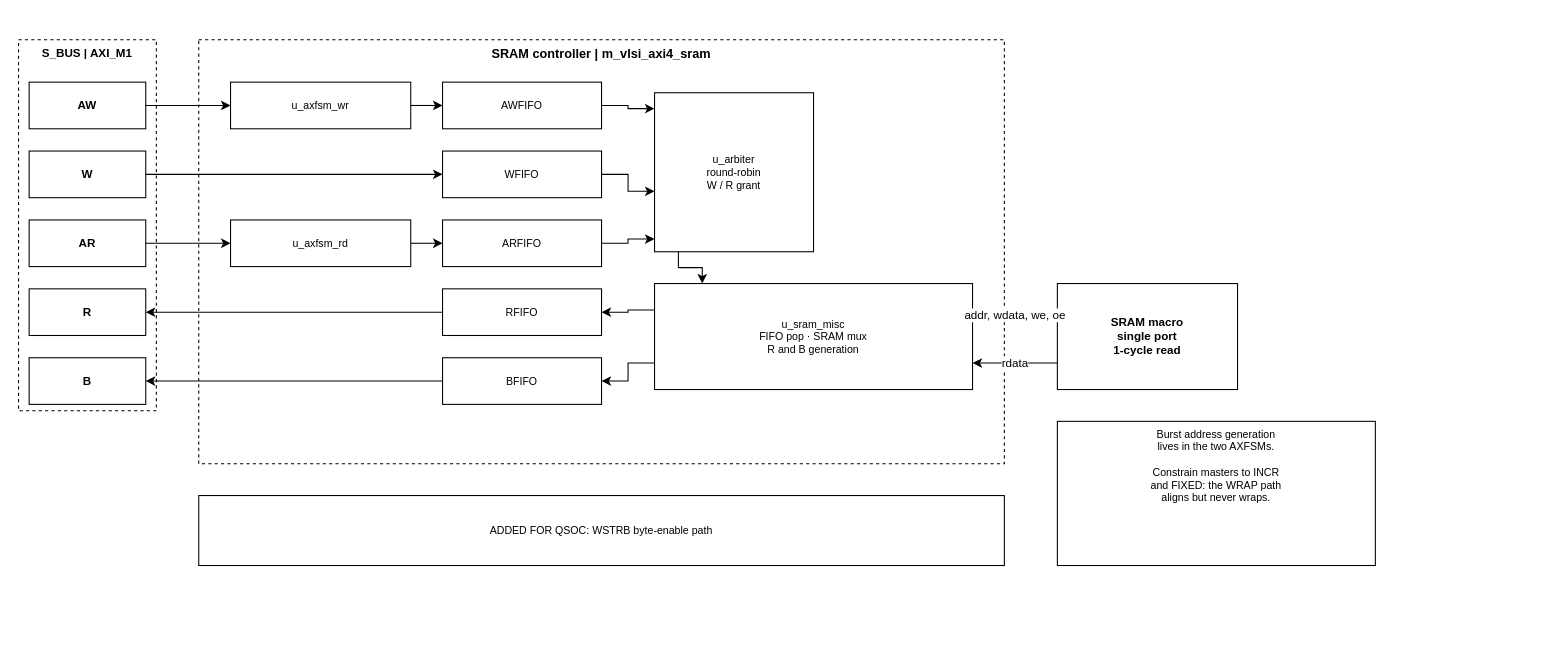
The draw.io diagram doc/drawio/QNSC_RAM_Block.drawio in quynhonsemiconductor/vlsi_deep_training, before the edit. Source tidied: cells renumbered, new cells numbered last; positions are measured from the earlier drawing's top-left corner, leaving out a move shared by most shapes. Both pictures are drawn from the tidied source at 106%, with x=0, y=0 at pixel (18, 39).
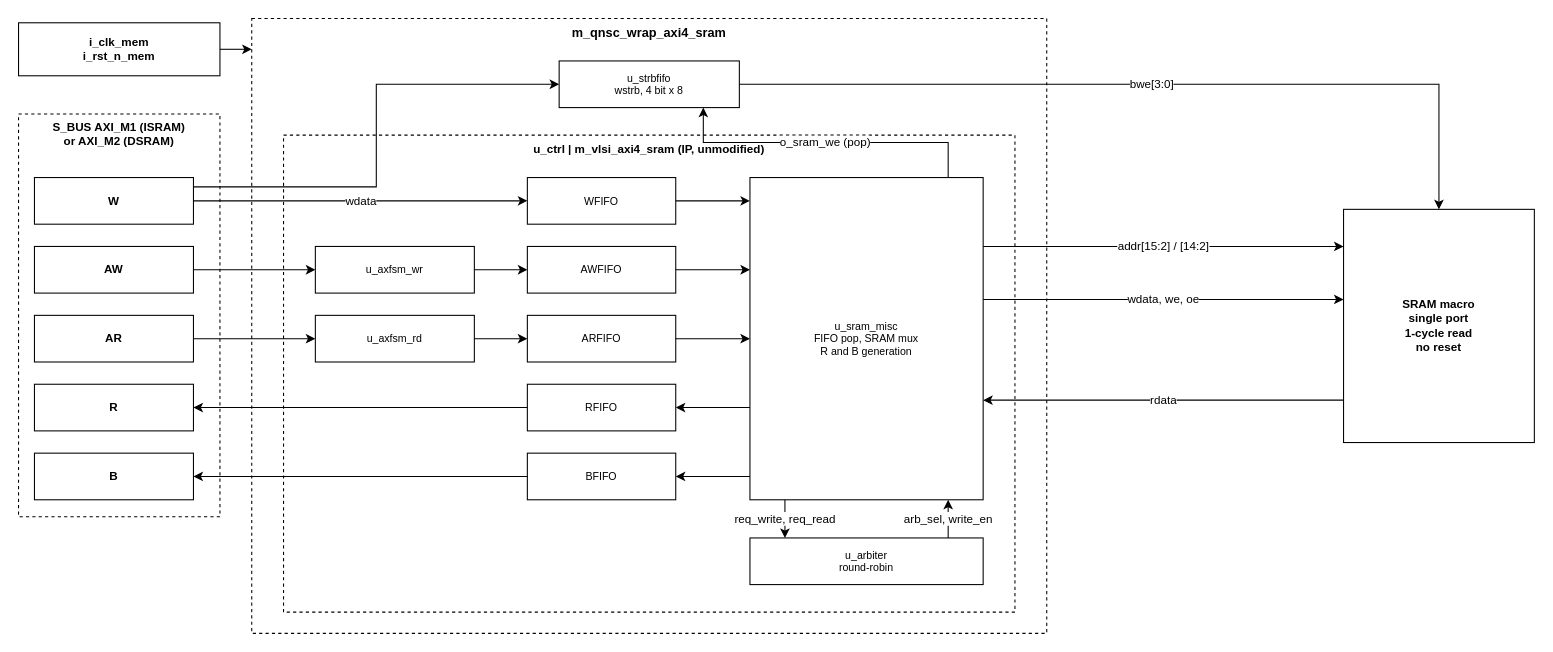
The same diagram, later.

The edit, as a diff of the source:
```diff
@@
+    <mxCell id="36" value="i_clk_mem&#10;i_rst_n_mem" style="rounded=0;whiteSpace=wrap;html=1;fillColor=#ffffff;strokeColor=#000000;fontSize=11;dashed=0;fontStyle=1;verticalAlign=middle;" parent="1" vertex="1">
+      <mxGeometry y="-16" width="190" height="50" as="geometry" />
+    </mxCell>
-    <mxCell id="2" value="S_BUS | AXI_M1" style="rounded=0;whiteSpace=wrap;html=1;fillColor=none;strokeColor=#000000;fontSize=11;dashed=1;fontStyle=1;verticalAlign=top;" parent="1" vertex="1">
-      <mxGeometry width="130" height="350" as="geometry" />
+    <mxCell id="2" value="S_BUS  AXI_M1 (ISRAM)&#10;or AXI_M2 (DSRAM)" style="rounded=0;whiteSpace=wrap;html=1;fillColor=none;strokeColor=#000000;fontSize=11;dashed=1;fontStyle=1;verticalAlign=top;" parent="1" vertex="1">
+      <mxGeometry y="70" width="190" height="380" as="geometry" />
     </mxCell>
+    <mxCell id="4" value="W" style="rounded=0;whiteSpace=wrap;html=1;fillColor=#ffffff;strokeColor=#000000;fontSize=11;dashed=0;fontStyle=1;verticalAlign=middle;" parent="1" vertex="1">
+      <mxGeometry x="15" y="130" width="150" height="44" as="geometry" />
+    </mxCell>
     <mxCell id="3" value="AW" style="rounded=0;whiteSpace=wrap;html=1;fillColor=#ffffff;strokeColor=#000000;fontSize=11;dashed=0;fontStyle=1;verticalAlign=middle;" parent="1" vertex="1">
-      <mxGeometry x="10" y="40" width="110" height="44" as="geometry" />
+      <mxGeometry x="15" y="195" width="150" height="44" as="geometry" />
     </mxCell>
-    <mxCell id="4" value="W" style="rounded=0;whiteSpace=wrap;html=1;fillColor=#ffffff;strokeColor=#000000;fontSize=11;dashed=0;fontStyle=1;verticalAlign=middle;" parent="1" vertex="1">
-      <mxGeometry x="10" y="105" width="110" height="44" as="geometry" />
-    </mxCell>
     <mxCell id="5" value="AR" style="rounded=0;whiteSpace=wrap;html=1;fillColor=#ffffff;strokeColor=#000000;fontSize=11;dashed=0;fontStyle=1;verticalAlign=middle;" parent="1" vertex="1">
-      <mxGeometry x="10" y="170" width="110" height="44" as="geometry" />
+      <mxGeometry x="15" y="260" width="150" height="44" as="geometry" />
     </mxCell>
     <mxCell id="6" value="R" style="rounded=0;whiteSpace=wrap;html=1;fillColor=#ffffff;strokeColor=#000000;fontSize=11;dashed=0;fontStyle=1;verticalAlign=middle;" parent="1" vertex="1">
-      <mxGeometry x="10" y="235" width="110" height="44" as="geometry" />
+      <mxGeometry x="15" y="325" width="150" height="44" as="geometry" />
     </mxCell>
     <mxCell id="7" value="B" style="rounded=0;whiteSpace=wrap;html=1;fillColor=#ffffff;strokeColor=#000000;fontSize=11;dashed=0;fontStyle=1;verticalAlign=middle;" parent="1" vertex="1">
-      <mxGeometry x="10" y="300" width="110" height="44" as="geometry" />
+      <mxGeometry x="15" y="390" width="150" height="44" as="geometry" />
     </mxCell>
+    <mxCell id="37" value="m_qnsc_wrap_axi4_sram" style="rounded=0;whiteSpace=wrap;html=1;fillColor=none;strokeColor=#000000;fontSize=12;dashed=1;fontStyle=1;verticalAlign=top;" parent="1" vertex="1">
+      <mxGeometry x="220" y="-20" width="750" height="580" as="geometry" />
+    </mxCell>
+    <mxCell id="38" value="u_strbfifo&#10;wstrb, 4 bit x 8" style="rounded=0;whiteSpace=wrap;html=1;fillColor=#ffffff;strokeColor=#000000;fontSize=10;dashed=0;verticalAlign=middle;" parent="1" vertex="1">
+      <mxGeometry x="510" y="20" width="170" height="44" as="geometry" />
+    </mxCell>
-    <mxCell id="8" value="SRAM controller  |  m_vlsi_axi4_sram" style="rounded=0;whiteSpace=wrap;html=1;fillColor=none;strokeColor=#000000;fontSize=12;dashed=1;fontStyle=1;verticalAlign=top;" parent="1" vertex="1">
-      <mxGeometry x="170" width="760" height="400" as="geometry" />
+    <mxCell id="8" value="u_ctrl  |  m_vlsi_axi4_sram  (IP, unmodified)" style="rounded=0;whiteSpace=wrap;html=1;fillColor=none;strokeColor=#000000;fontSize=11;dashed=1;fontStyle=1;verticalAlign=top;" parent="1" vertex="1">
+      <mxGeometry x="250" y="90" width="690" height="450" as="geometry" />
     </mxCell>
     <mxCell id="9" value="u_axfsm_wr" style="rounded=0;whiteSpace=wrap;html=1;fillColor=#ffffff;strokeColor=#000000;fontSize=10;dashed=0;verticalAlign=middle;" parent="1" vertex="1">
-      <mxGeometry x="200" y="40" width="170" height="44" as="geometry" />
+      <mxGeometry x="280" y="195" width="150" height="44" as="geometry" />
     </mxCell>
     <mxCell id="10" value="u_axfsm_rd" style="rounded=0;whiteSpace=wrap;html=1;fillColor=#ffffff;strokeColor=#000000;fontSize=10;dashed=0;verticalAlign=middle;" parent="1" vertex="1">
-      <mxGeometry x="200" y="170" width="170" height="44" as="geometry" />
+      <mxGeometry x="280" y="260" width="150" height="44" as="geometry" />
     </mxCell>
+    <mxCell id="12" value="WFIFO" style="rounded=0;whiteSpace=wrap;html=1;fillColor=#ffffff;strokeColor=#000000;fontSize=10;dashed=0;verticalAlign=middle;" parent="1" vertex="1">
+      <mxGeometry x="480" y="130" width="140" height="44" as="geometry" />
+    </mxCell>
     <mxCell id="11" value="AWFIFO" style="rounded=0;whiteSpace=wrap;html=1;fillColor=#ffffff;strokeColor=#000000;fontSize=10;dashed=0;verticalAlign=middle;" parent="1" vertex="1">
-      <mxGeometry x="400" y="40" width="150" height="44" as="geometry" />
+      <mxGeometry x="480" y="195" width="140" height="44" as="geometry" />
     </mxCell>
-    <mxCell id="12" value="WFIFO" style="rounded=0;whiteSpace=wrap;html=1;fillColor=#ffffff;strokeColor=#000000;fontSize=10;dashed=0;verticalAlign=middle;" parent="1" vertex="1">
-      <mxGeometry x="400" y="105" width="150" height="44" as="geometry" />
-    </mxCell>
     <mxCell id="13" value="ARFIFO" style="rounded=0;whiteSpace=wrap;html=1;fillColor=#ffffff;strokeColor=#000000;fontSize=10;dashed=0;verticalAlign=middle;" parent="1" vertex="1">
-      <mxGeometry x="400" y="170" width="150" height="44" as="geometry" />
+      <mxGeometry x="480" y="260" width="140" height="44" as="geometry" />
     </mxCell>
     <mxCell id="14" value="RFIFO" style="rounded=0;whiteSpace=wrap;html=1;fillColor=#ffffff;strokeColor=#000000;fontSize=10;dashed=0;verticalAlign=middle;" parent="1" vertex="1">
-      <mxGeometry x="400" y="235" width="150" height="44" as="geometry" />
+      <mxGeometry x="480" y="325" width="140" height="44" as="geometry" />
     </mxCell>
     <mxCell id="15" value="BFIFO" style="rounded=0;whiteSpace=wrap;html=1;fillColor=#ffffff;strokeColor=#000000;fontSize=10;dashed=0;verticalAlign=middle;" parent="1" vertex="1">
-      <mxGeometry x="400" y="300" width="150" height="44" as="geometry" />
+      <mxGeometry x="480" y="390" width="140" height="44" as="geometry" />
     </mxCell>
+    <mxCell id="17" value="u_sram_misc&#10;FIFO pop, SRAM mux&#10;R and B generation" style="rounded=0;whiteSpace=wrap;html=1;fillColor=#ffffff;strokeColor=#000000;fontSize=10;dashed=0;verticalAlign=middle;" parent="1" vertex="1">
+      <mxGeometry x="690" y="130" width="220" height="304" as="geometry" />
+    </mxCell>
-    <mxCell id="16" value="u_arbiter&#10;round-robin&#10;W / R grant" style="rounded=0;whiteSpace=wrap;html=1;fillColor=#ffffff;strokeColor=#000000;fontSize=10;dashed=0;verticalAlign=middle;" parent="1" vertex="1">
-      <mxGeometry x="600" y="50" width="150" height="150" as="geometry" />
+    <mxCell id="16" value="u_arbiter&#10;round-robin" style="rounded=0;whiteSpace=wrap;html=1;fillColor=#ffffff;strokeColor=#000000;fontSize=10;dashed=0;verticalAlign=middle;" parent="1" vertex="1">
+      <mxGeometry x="690" y="470" width="220" height="44" as="geometry" />
     </mxCell>
-    <mxCell id="17" value="u_sram_misc&#10;FIFO pop · SRAM mux&#10;R and B generation" style="rounded=0;whiteSpace=wrap;html=1;fillColor=#ffffff;strokeColor=#000000;fontSize=10;dashed=0;verticalAlign=middle;" parent="1" vertex="1">
-      <mxGeometry x="600" y="230" width="300" height="100" as="geometry" />
-    </mxCell>
-    <mxCell id="18" value="SRAM macro&#10;single port&#10;1-cycle read" style="rounded=0;whiteSpace=wrap;html=1;fillColor=#ffffff;strokeColor=#000000;fontSize=11;dashed=0;fontStyle=1;verticalAlign=middle;" parent="1" vertex="1">
-      <mxGeometry x="980" y="230" width="170" height="100" as="geometry" />
+    <mxCell id="18" value="SRAM macro&#10;single port&#10;1-cycle read&#10;no reset" style="rounded=0;whiteSpace=wrap;html=1;fillColor=#ffffff;strokeColor=#000000;fontSize=11;dashed=0;fontStyle=1;verticalAlign=middle;" parent="1" vertex="1">
+      <mxGeometry x="1250" y="160" width="180" height="220" as="geometry" />
     </mxCell>
-    <mxCell id="19" value="ADDED FOR QSOC: WSTRB byte-enable path" style="rounded=0;whiteSpace=wrap;html=1;fillColor=#ffffff;strokeColor=#000000;fontSize=10;dashed=0;verticalAlign=middle;" parent="1" vertex="1">
-      <mxGeometry x="170" y="430" width="760" height="66" as="geometry" />
-    </mxCell>
-    <mxCell id="20" value="Burst address generation&#10;lives in the two AXFSMs.&#10;&#10;Constrain masters to INCR&#10;and FIXED: the WRAP path&#10;aligns but never wraps." style="rounded=0;whiteSpace=wrap;html=1;fillColor=#ffffff;strokeColor=#000000;fontSize=10;dashed=0;verticalAlign=top;" parent="1" vertex="1">
-      <mxGeometry x="980" y="360" width="300" height="136" as="geometry" />
-    </mxCell>
+    <mxCell id="39" style="edgeStyle=orthogonalEdgeStyle;rounded=0;html=1;exitX=1.0;exitY=0.5;entryX=0.0;entryY=0.05;exitDx=0;exitDy=0;entryDx=0;entryDy=0;" parent="1" edge="1" source="36" target="37">
+      <mxGeometry relative="1" as="geometry" />
+    </mxCell>
+    <mxCell id="23" value="wdata" style="edgeStyle=orthogonalEdgeStyle;rounded=0;html=1;exitX=1.0;exitY=0.5;entryX=0.0;entryY=0.5;exitDx=0;exitDy=0;entryDx=0;entryDy=0;" parent="1" edge="1" source="4" target="12">
+      <mxGeometry relative="1" as="geometry" />
+    </mxCell>
+    <mxCell id="40" style="edgeStyle=orthogonalEdgeStyle;rounded=0;html=1;exitX=1.0;exitY=0.20000000000000026;entryX=0.0;entryY=0.5;exitDx=0;exitDy=0;entryDx=0;entryDy=0;" parent="1" edge="1" source="4" target="38">
+      <mxGeometry relative="1" as="geometry" />
+    </mxCell>
@@
-    <mxCell id="23" style="edgeStyle=orthogonalEdgeStyle;rounded=0;html=1;exitX=1.0;exitY=0.5;entryX=0.0;entryY=0.5;exitDx=0;exitDy=0;entryDx=0;entryDy=0;" parent="1" edge="1" source="4" target="12">
-      <mxGeometry relative="1" as="geometry" />
-    </mxCell>
@@
-    <mxCell id="28" style="edgeStyle=orthogonalEdgeStyle;rounded=0;html=1;exitX=1.0;exitY=0.5;entryX=0.0;entryY=0.1;exitDx=0;exitDy=0;entryDx=0;entryDy=0;" parent="1" edge="1" source="11" target="16">
-      <mxGeometry relative="1" as="geometry" />
-    </mxCell>
-    <mxCell id="29" style="edgeStyle=orthogonalEdgeStyle;rounded=0;html=1;exitX=1.0;exitY=0.5;entryX=0.0;entryY=0.62;exitDx=0;exitDy=0;entryDx=0;entryDy=0;" parent="1" edge="1" source="12" target="16">
-      <mxGeometry relative="1" as="geometry" />
-    </mxCell>
-    <mxCell id="30" style="edgeStyle=orthogonalEdgeStyle;rounded=0;html=1;exitX=1.0;exitY=0.5;entryX=0.0;entryY=0.92;exitDx=0;exitDy=0;entryDx=0;entryDy=0;" parent="1" edge="1" source="13" target="16">
-      <mxGeometry relative="1" as="geometry" />
-    </mxCell>
-    <mxCell id="31" style="edgeStyle=orthogonalEdgeStyle;rounded=0;html=1;exitX=0.15;exitY=1.0;entryX=0.15;entryY=0.0;exitDx=0;exitDy=0;entryDx=0;entryDy=0;" parent="1" edge="1" source="16" target="17">
-      <mxGeometry relative="1" as="geometry" />
-    </mxCell>
+    <mxCell id="41" style="edgeStyle=orthogonalEdgeStyle;rounded=0;html=1;exitX=1.0;exitY=0.5;entryX=0.0;entryY=0.07240000000000002;exitDx=0;exitDy=0;entryDx=0;entryDy=0;" parent="1" edge="1" source="12" target="17">
+      <mxGeometry relative="1" as="geometry" />
+    </mxCell>
+    <mxCell id="42" style="edgeStyle=orthogonalEdgeStyle;rounded=0;html=1;exitX=1.0;exitY=0.5;entryX=0.0;entryY=0.28619999999999995;exitDx=0;exitDy=0;entryDx=0;entryDy=0;" parent="1" edge="1" source="11" target="17">
+      <mxGeometry relative="1" as="geometry" />
+    </mxCell>
+    <mxCell id="43" style="edgeStyle=orthogonalEdgeStyle;rounded=0;html=1;exitX=1.0;exitY=0.5;entryX=0.0;entryY=0.5;exitDx=0;exitDy=0;entryDx=0;entryDy=0;" parent="1" edge="1" source="13" target="17">
+      <mxGeometry relative="1" as="geometry" />
+    </mxCell>
-    <mxCell id="32" style="edgeStyle=orthogonalEdgeStyle;rounded=0;html=1;exitX=0.0;exitY=0.25;entryX=1.0;entryY=0.5;exitDx=0;exitDy=0;entryDx=0;entryDy=0;" parent="1" edge="1" source="17" target="14">
+    <mxCell id="32" style="edgeStyle=orthogonalEdgeStyle;rounded=0;html=1;exitX=0.0;exitY=0.7138;entryX=1.0;entryY=0.5;exitDx=0;exitDy=0;entryDx=0;entryDy=0;" parent="1" edge="1" source="17" target="14">
       <mxGeometry relative="1" as="geometry" />
     </mxCell>
-    <mxCell id="33" style="edgeStyle=orthogonalEdgeStyle;rounded=0;html=1;exitX=0.0;exitY=0.75;entryX=1.0;entryY=0.5;exitDx=0;exitDy=0;entryDx=0;entryDy=0;" parent="1" edge="1" source="17" target="15">
+    <mxCell id="33" style="edgeStyle=orthogonalEdgeStyle;rounded=0;html=1;exitX=0.0;exitY=0.9276000000000001;entryX=1.0;entryY=0.5;exitDx=0;exitDy=0;entryDx=0;entryDy=0;" parent="1" edge="1" source="17" target="15">
       <mxGeometry relative="1" as="geometry" />
     </mxCell>
-    <mxCell id="34" value="addr, wdata, we, oe" style="edgeStyle=orthogonalEdgeStyle;rounded=0;html=1;exitX=1.0;exitY=0.3;entryX=0.0;entryY=0.3;exitDx=0;exitDy=0;entryDx=0;entryDy=0;" parent="1" edge="1" source="17" target="18">
-      <mxGeometry relative="1" as="geometry" />
-    </mxCell>
+    <mxCell id="44" value="req_write, req_read" style="edgeStyle=orthogonalEdgeStyle;rounded=0;html=1;exitX=0.15;exitY=1.0;entryX=0.15;entryY=0.0;exitDx=0;exitDy=0;entryDx=0;entryDy=0;" parent="1" edge="1" source="17" target="16">
+      <mxGeometry relative="1" as="geometry" />
+    </mxCell>
+    <mxCell id="31" value="arb_sel, write_en" style="edgeStyle=orthogonalEdgeStyle;rounded=0;html=1;exitX=0.85;exitY=0.0;entryX=0.85;entryY=1.0;exitDx=0;exitDy=0;entryDx=0;entryDy=0;" parent="1" edge="1" source="16" target="17">
+      <mxGeometry relative="1" as="geometry" />
+    </mxCell>
+    <mxCell id="45" value="o_sram_we (pop)" style="edgeStyle=orthogonalEdgeStyle;rounded=0;html=1;exitX=0.85;exitY=0.0;entryX=0.8;entryY=1.0;exitDx=0;exitDy=0;entryDx=0;entryDy=0;" parent="1" edge="1" source="17" target="38">
+      <mxGeometry relative="1" as="geometry" />
+    </mxCell>
+    <mxCell id="46" value="bwe[3:0]" style="edgeStyle=orthogonalEdgeStyle;rounded=0;html=1;exitX=1.0;exitY=0.5;entryX=0.5;entryY=0.0;exitDx=0;exitDy=0;entryDx=0;entryDy=0;" parent="1" edge="1" source="38" target="18">
+      <mxGeometry relative="1" as="geometry" />
+    </mxCell>
+    <mxCell id="47" value="addr[15:2] / [14:2]" style="edgeStyle=orthogonalEdgeStyle;rounded=0;html=1;exitX=1.0;exitY=0.21380000000000005;entryX=0.0;entryY=0.15910000000000005;exitDx=0;exitDy=0;entryDx=0;entryDy=0;" parent="1" edge="1" source="17" target="18">
+      <mxGeometry relative="1" as="geometry" />
+    </mxCell>
+    <mxCell id="48" value="wdata, we, oe" style="edgeStyle=orthogonalEdgeStyle;rounded=0;html=1;exitX=1.0;exitY=0.37829999999999997;entryX=0.0;entryY=0.3864000000000002;exitDx=0;exitDy=0;entryDx=0;entryDy=0;" parent="1" edge="1" source="17" target="18">
+      <mxGeometry relative="1" as="geometry" />
+    </mxCell>
-    <mxCell id="35" value="rdata" style="edgeStyle=orthogonalEdgeStyle;rounded=0;html=1;exitX=0.0;exitY=0.75;entryX=1.0;entryY=0.75;exitDx=0;exitDy=0;entryDx=0;entryDy=0;" parent="1" edge="1" source="18" target="17">
+    <mxCell id="35" value="rdata" style="edgeStyle=orthogonalEdgeStyle;rounded=0;html=1;exitX=0.0;exitY=0.8182;entryX=1.0;entryY=0.6908;exitDx=0;exitDy=0;entryDx=0;entryDy=0;" parent="1" edge="1" source="18" target="17">
       <mxGeometry relative="1" as="geometry" />
     </mxCell>
```
